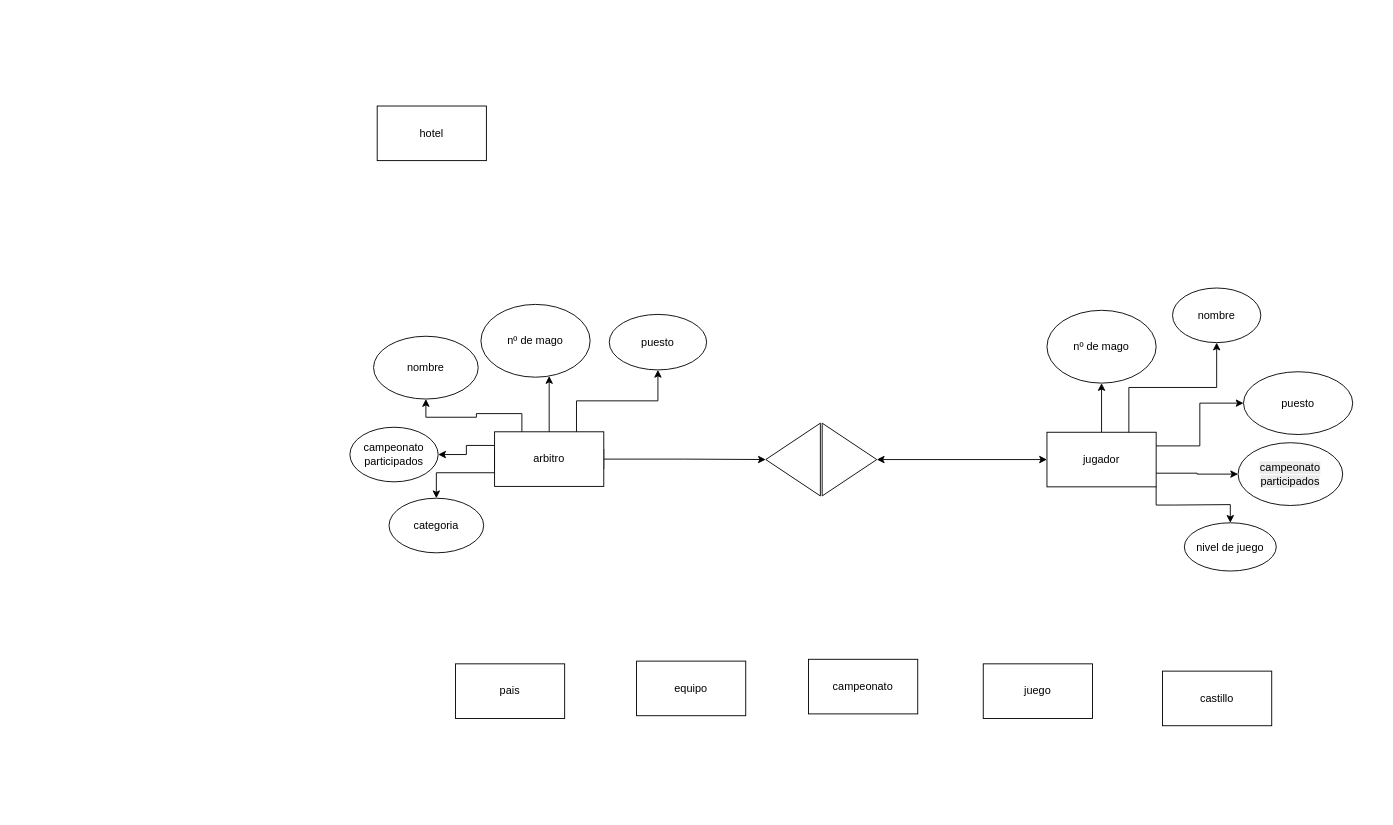
This is 2.20.drawio from aaron7780/Portafolio, a draw.io file, before an edit. Source tidied: cells renumbered, new cells numbered last; positions are measured from the earlier drawing's top-left corner, leaving out a move shared by most shapes. Both pictures are drawn from the tidied source at 91%, with x=0, y=0 at pixel (349, 106).
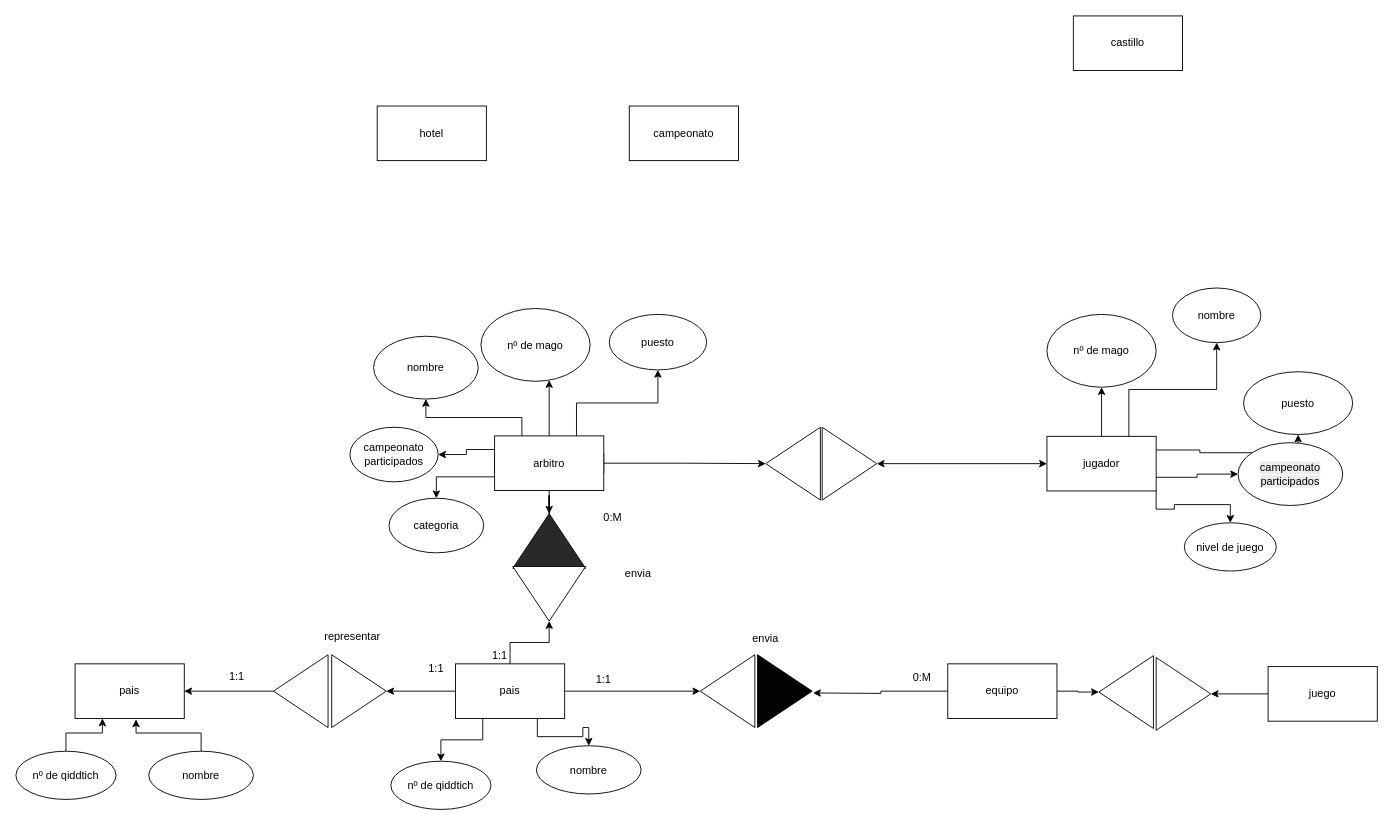
After the change.

The change refers to these unchanged cells:
```xml
<mxCell id="9" value="arbitro" style="rounded=0;whiteSpace=wrap;html=1;" parent="2" vertex="1">
  <mxGeometry y="133.5" width="120" height="60" as="geometry" />
</mxCell>
<mxCell id="30" value="pais" style="rounded=0;whiteSpace=wrap;html=1;" parent="1" vertex="1">
  <mxGeometry x="116" y="613" width="120" height="60" as="geometry" />
</mxCell>
```

What changed in the source:
```diff
@@
     <mxCell id="2" style="group;" parent="1" vertex="1">
-      <mxGeometry x="159" y="224.5" width="727" height="204" as="geometry" />
+      <mxGeometry x="159" y="229" width="727" height="276.5" as="geometry" />
     </mxCell>
@@
+    <mxCell id="36" style="edgeStyle=orthogonalEdgeStyle;rounded=0;jettySize=auto;html=1;" parent="2" edge="1" source="37">
+      <mxGeometry relative="1" as="geometry">
+        <mxPoint x="60" y="246.5" as="targetPoint" />
+      </mxGeometry>
+    </mxCell>
@@
+    <mxCell id="37" style="triangle;whiteSpace=wrap;html=1;shapeInside=1;rotation=-90;fillColor=#292929;" parent="2" vertex="1">
+      <mxGeometry x="30" y="209" width="60" height="80" as="geometry" />
+    </mxCell>
+    <mxCell id="38" style="edgeStyle=orthogonalEdgeStyle;rounded=0;jettySize=auto;html=1;" parent="2" edge="1" source="9" target="37">
+      <mxGeometry relative="1" as="geometry" />
+    </mxCell>
@@
+    <mxCell id="39" style="edgeStyle=orthogonalEdgeStyle;rounded=0;jettySize=auto;html=1;entryX=1;entryY=0.5;entryDx=0;entryDy=0;" parent="1" edge="1" source="30" target="48">
+      <mxGeometry relative="1" as="geometry" />
+    </mxCell>
+    <mxCell id="40" style="edgeStyle=orthogonalEdgeStyle;rounded=0;jettySize=auto;html=1;entryX=1;entryY=0.5;entryDx=0;entryDy=0;" parent="1" edge="1" source="30" target="52">
+      <mxGeometry x="0.02" relative="1" as="geometry" />
+    </mxCell>
+    <mxCell id="41" style="edgeStyle=orthogonalEdgeStyle;rounded=0;jettySize=auto;html=1;" parent="1" edge="1" source="30" target="55">
+      <mxGeometry relative="1" as="geometry" />
+    </mxCell>
+    <mxCell id="42" style="edgeStyle=orthogonalEdgeStyle;rounded=0;jettySize=auto;html=1;exitX=0.75;exitY=1;exitDx=0;exitDy=0;" parent="1" edge="1" source="30" target="62">
+      <mxGeometry relative="1" as="geometry" />
+    </mxCell>
+    <mxCell id="43" style="edgeStyle=orthogonalEdgeStyle;rounded=0;jettySize=auto;html=1;exitX=0.25;exitY=1;exitDx=0;exitDy=0;" parent="1" edge="1" source="30" target="63">
+      <mxGeometry relative="1" as="geometry" />
+    </mxCell>
@@
+    <mxCell id="44" style="edgeStyle=orthogonalEdgeStyle;rounded=0;jettySize=auto;html=1;" parent="1" edge="1" source="31">
+      <mxGeometry relative="1" as="geometry">
+        <mxPoint x="509" y="645" as="targetPoint" />
+      </mxGeometry>
+    </mxCell>
+    <mxCell id="45" style="edgeStyle=orthogonalEdgeStyle;rounded=0;jettySize=auto;html=1;" parent="1" edge="1" source="31" target="70">
+      <mxGeometry relative="1" as="geometry" />
+    </mxCell>
     <mxCell id="31" value="equipo" style="rounded=0;whiteSpace=wrap;html=1;" parent="1" vertex="1">
-      <mxGeometry x="315" y="610" width="120" height="60" as="geometry" />
+      <mxGeometry x="657" y="613" width="120" height="60" as="geometry" />
     </mxCell>
     <mxCell id="32" value="campeonato" style="rounded=0;whiteSpace=wrap;html=1;" parent="1" vertex="1">
-      <mxGeometry x="504" y="608" width="120" height="60" as="geometry" />
+      <mxGeometry x="307" width="120" height="60" as="geometry" />
     </mxCell>
+    <mxCell id="46" style="edgeStyle=orthogonalEdgeStyle;rounded=0;jettySize=auto;html=1;" parent="1" edge="1" source="33" target="69">
+      <mxGeometry relative="1" as="geometry" />
+    </mxCell>
     <mxCell id="33" value="juego" style="rounded=0;whiteSpace=wrap;html=1;" parent="1" vertex="1">
-      <mxGeometry x="696" y="613" width="120" height="60" as="geometry" />
+      <mxGeometry x="1009" y="616" width="120" height="60" as="geometry" />
     </mxCell>
     <mxCell id="34" value="castillo" style="rounded=0;whiteSpace=wrap;html=1;" parent="1" vertex="1">
-      <mxGeometry x="893" y="621" width="120" height="60" as="geometry" />
+      <mxGeometry x="795" y="-99" width="120" height="60" as="geometry" />
     </mxCell>
@@
+    <mxCell id="47" style="triangle;whiteSpace=wrap;html=1;shapeInside=1;fillColor=#030303;" parent="1" vertex="1">
+      <mxGeometry x="448" y="603" width="60" height="80" as="geometry" />
+    </mxCell>
+    <mxCell id="48" style="triangle;whiteSpace=wrap;html=1;shapeInside=1;rotation=-180;" parent="1" vertex="1">
+      <mxGeometry x="385" y="603" width="60" height="80" as="geometry" />
+    </mxCell>
+    <mxCell id="49" value="envia" style="text;html=1;whiteSpace=wrap;strokeColor=none;fillColor=none;align=center;verticalAlign=middle;rounded=0;" parent="1" vertex="1">
+      <mxGeometry x="427" y="571" width="60" height="30" as="geometry" />
+    </mxCell>
+    <mxCell id="50" value="0:M" style="text;html=1;whiteSpace=wrap;strokeColor=none;fillColor=none;align=center;verticalAlign=middle;rounded=0;" parent="1" vertex="1">
+      <mxGeometry x="599" y="613" width="60" height="30" as="geometry" />
+    </mxCell>
+    <mxCell id="51" value="1:1" style="text;html=1;whiteSpace=wrap;strokeColor=none;fillColor=none;align=center;verticalAlign=middle;rounded=0;" parent="1" vertex="1">
+      <mxGeometry x="249" y="616" width="60" height="30" as="geometry" />
+    </mxCell>
+    <mxCell id="52" style="triangle;whiteSpace=wrap;html=1;shapeInside=1;rotation=90;" parent="1" vertex="1">
+      <mxGeometry x="189" y="496" width="60" height="80" as="geometry" />
+    </mxCell>
+    <mxCell id="53" value="0:M" style="text;html=1;whiteSpace=wrap;strokeColor=none;fillColor=none;align=center;verticalAlign=middle;rounded=0;" parent="1" vertex="1">
+      <mxGeometry x="259" y="437" width="60" height="30" as="geometry" />
+    </mxCell>
+    <mxCell id="54" value="1:1" style="text;html=1;whiteSpace=wrap;strokeColor=none;fillColor=none;align=center;verticalAlign=middle;rounded=0;" parent="1" vertex="1">
+      <mxGeometry x="135" y="589" width="60" height="30" as="geometry" />
+    </mxCell>
+    <mxCell id="55" style="triangle;whiteSpace=wrap;html=1;shapeInside=1;" parent="1" vertex="1">
+      <mxGeometry x="-20" y="603" width="60" height="80" as="geometry" />
+    </mxCell>
+    <mxCell id="56" style="edgeStyle=orthogonalEdgeStyle;rounded=0;jettySize=auto;html=1;" parent="1" edge="1" source="57" target="58">
+      <mxGeometry relative="1" as="geometry" />
+    </mxCell>
+    <mxCell id="57" style="triangle;whiteSpace=wrap;html=1;shapeInside=1;rotation=-180;" parent="1" vertex="1">
+      <mxGeometry x="-84" y="603" width="60" height="80" as="geometry" />
+    </mxCell>
+    <mxCell id="58" value="pais" style="rounded=0;whiteSpace=wrap;html=1;" parent="1" vertex="1">
+      <mxGeometry x="-302" y="613" width="120" height="60" as="geometry" />
+    </mxCell>
+    <mxCell id="59" value="envia" style="text;html=1;whiteSpace=wrap;strokeColor=none;fillColor=none;align=center;verticalAlign=middle;rounded=0;" parent="1" vertex="1">
+      <mxGeometry x="287" y="499" width="60" height="30" as="geometry" />
+    </mxCell>
+    <mxCell id="60" value="representar" style="text;html=1;whiteSpace=wrap;strokeColor=none;fillColor=none;align=center;verticalAlign=middle;rounded=0;" parent="1" vertex="1">
+      <mxGeometry x="-27" y="568" width="60" height="30" as="geometry" />
+    </mxCell>
+    <mxCell id="61" value="1:1" style="text;html=1;whiteSpace=wrap;strokeColor=none;fillColor=none;align=center;verticalAlign=middle;rounded=0;" parent="1" vertex="1">
+      <mxGeometry x="-154" y="612" width="60" height="30" as="geometry" />
+    </mxCell>
+    <mxCell id="62" value="nombre" style="ellipse;whiteSpace=wrap;html=1;shapeInside=1;" parent="1" vertex="1">
+      <mxGeometry x="205" y="703" width="115" height="53" as="geometry" />
+    </mxCell>
+    <mxCell id="63" value="nº de qiddtich" style="ellipse;whiteSpace=wrap;html=1;shapeInside=1;" parent="1" vertex="1">
+      <mxGeometry x="45" y="720" width="110" height="53" as="geometry" />
+    </mxCell>
+    <mxCell id="64" value="nombre" style="ellipse;whiteSpace=wrap;html=1;shapeInside=1;" parent="1" vertex="1">
+      <mxGeometry x="-221" y="709" width="115" height="53" as="geometry" />
+    </mxCell>
+    <mxCell id="65" style="edgeStyle=orthogonalEdgeStyle;rounded=0;jettySize=auto;html=1;entryX=0.25;entryY=1;entryDx=0;entryDy=0;" parent="1" edge="1" source="66" target="58">
+      <mxGeometry relative="1" as="geometry" />
+    </mxCell>
+    <mxCell id="66" value="nº de qiddtich" style="ellipse;whiteSpace=wrap;html=1;shapeInside=1;" parent="1" vertex="1">
+      <mxGeometry x="-367" y="709" width="110" height="53" as="geometry" />
+    </mxCell>
+    <mxCell id="67" style="edgeStyle=orthogonalEdgeStyle;rounded=0;jettySize=auto;html=1;entryX=0.558;entryY=1.017;entryDx=0;entryDy=0;entryPerimeter=0;" parent="1" edge="1" source="64" target="58">
+      <mxGeometry relative="1" as="geometry" />
+    </mxCell>
+    <mxCell id="68" value="1:1" style="text;html=1;whiteSpace=wrap;strokeColor=none;fillColor=none;align=center;verticalAlign=middle;rounded=0;" parent="1" vertex="1">
+      <mxGeometry x="65" y="604" width="60" height="30" as="geometry" />
+    </mxCell>
+    <mxCell id="69" style="triangle;whiteSpace=wrap;html=1;shapeInside=1;" parent="1" vertex="1">
+      <mxGeometry x="886" y="606" width="60" height="80" as="geometry" />
+    </mxCell>
+    <mxCell id="70" style="triangle;whiteSpace=wrap;html=1;shapeInside=1;rotation=-180;" parent="1" vertex="1">
+      <mxGeometry x="823" y="604" width="60" height="80" as="geometry" />
+    </mxCell>
```
